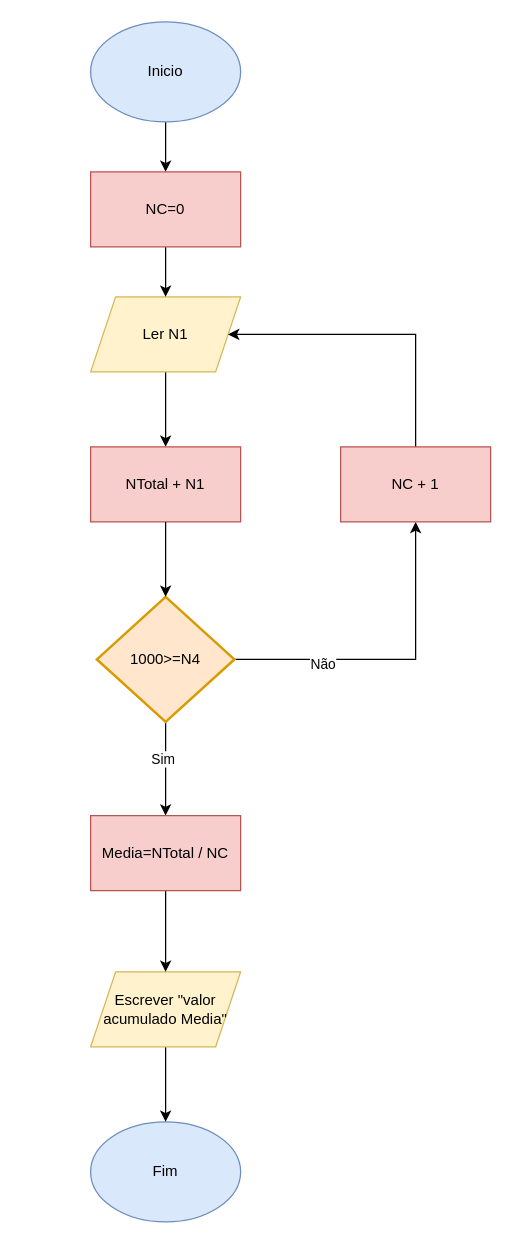
Above: Fluxograma 5.drawio in Kinner25/Fluxogramas (draw.io), before the change. Source tidied: cells renumbered, new cells numbered last; positions are measured from the earlier drawing's top-left corner, leaving out a move shared by most shapes. Both pictures are drawn from the tidied source at 125%, with x=0, y=0 at pixel (90, 21).
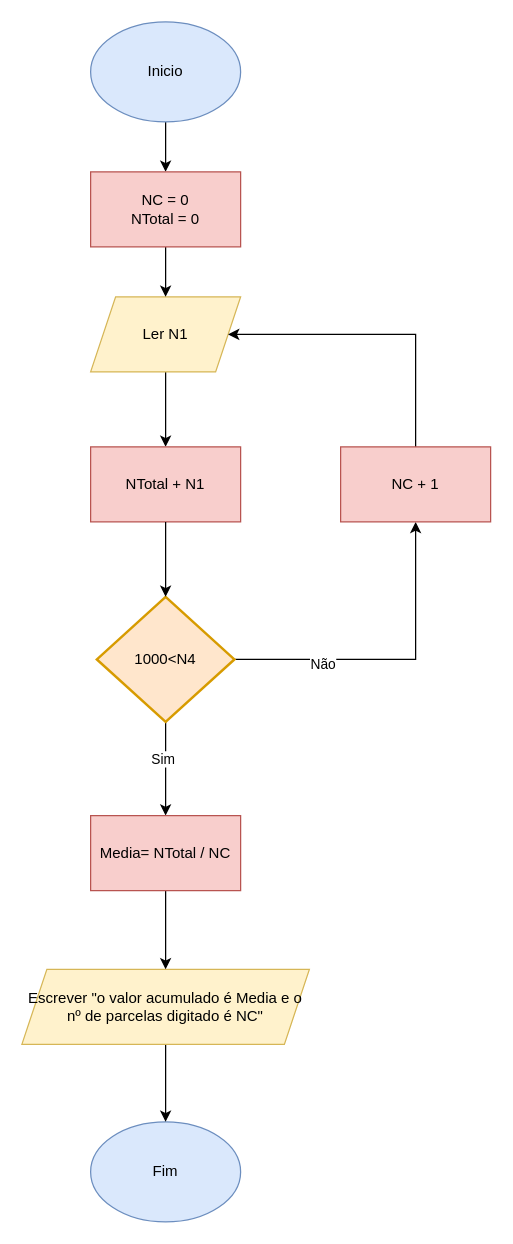
Above is the later version.

The edit, as a diff of the source:
```diff
@@
-    <mxCell id="12" value="1000&amp;gt;=N4" style="strokeWidth=2;html=1;shape=mxgraph.flowchart.decision;whiteSpace=wrap;fillColor=#ffe6cc;strokeColor=#d79b00;" parent="1" vertex="1">
+    <mxCell id="12" value="1000&amp;lt;N4" style="strokeWidth=2;html=1;shape=mxgraph.flowchart.decision;whiteSpace=wrap;fillColor=#ffe6cc;strokeColor=#d79b00;" parent="1" vertex="1">
       <mxGeometry x="5" y="460" width="110" height="100" as="geometry" />
     </mxCell>
@@
-    <mxCell id="14" value="Escrever &quot;valor acumulado Media&quot;" style="shape=parallelogram;perimeter=parallelogramPerimeter;whiteSpace=wrap;html=1;shapeInside=1;fixedSize=1;fillColor=#fff2cc;strokeColor=#d6b656;" parent="1" vertex="1">
-      <mxGeometry y="760" width="120" height="60" as="geometry" />
+    <mxCell id="14" value="Escrever &quot;o valor acumulado é Media e o nº de parcelas digitado é NC&quot;" style="shape=parallelogram;perimeter=parallelogramPerimeter;whiteSpace=wrap;html=1;shapeInside=1;fixedSize=1;fillColor=#fff2cc;strokeColor=#d6b656;" parent="1" vertex="1">
+      <mxGeometry x="-55" y="758" width="230" height="60" as="geometry" />
     </mxCell>
@@
-    <mxCell id="17" value="Media=NTotal / NC" style="rounded=0;whiteSpace=wrap;html=1;fillColor=#f8cecc;strokeColor=#b85450;" parent="1" vertex="1">
+    <mxCell id="17" value="Media= NTotal / NC" style="rounded=0;whiteSpace=wrap;html=1;fillColor=#f8cecc;strokeColor=#b85450;" parent="1" vertex="1">
       <mxGeometry y="635" width="120" height="60" as="geometry" />
     </mxCell>
@@
-    <mxCell id="21" value="NC=0" style="rounded=0;whiteSpace=wrap;html=1;fillColor=#f8cecc;strokeColor=#b85450;" parent="1" vertex="1">
+    <mxCell id="21" value="NC = 0&lt;div&gt;NTotal = 0&lt;/div&gt;" style="rounded=0;whiteSpace=wrap;html=1;fillColor=#f8cecc;strokeColor=#b85450;" parent="1" vertex="1">
       <mxGeometry y="120" width="120" height="60" as="geometry" />
     </mxCell>
```
